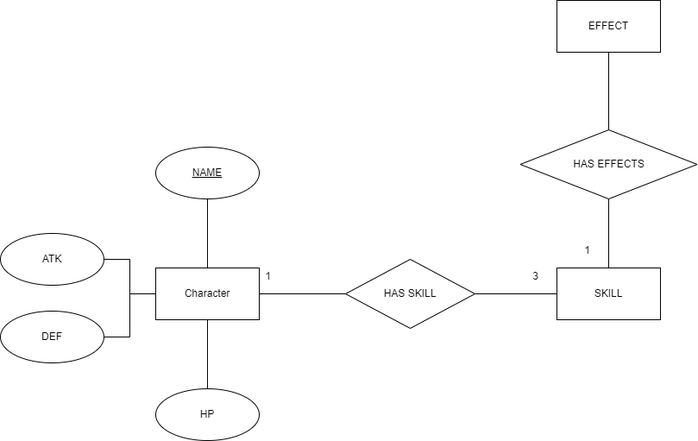
Above: database.drawio.png in Anqi-Wang-aug/My-Genshin-char-analysis (draw.io), before the change. Source tidied: cells renumbered, new cells last; positions are measured from the earlier drawing's top-left corner, leaving out a move shared by most shapes.
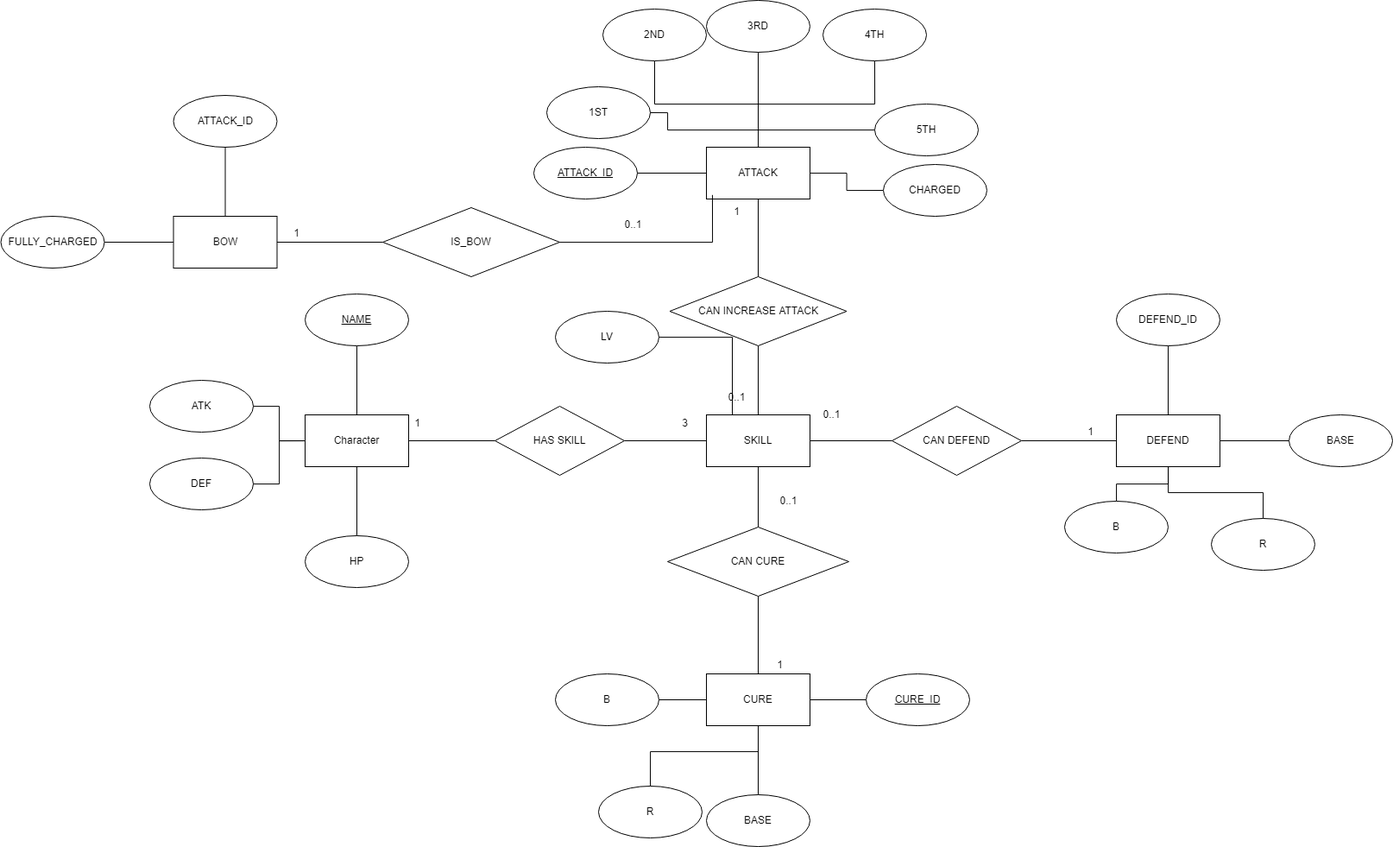
The same file after the commit.

What changed in the source:
```diff
@@ -44,6 +44,12 @@
     <mxCell id="15" style="edgeStyle=orthogonalEdgeStyle;rounded=0;jettySize=auto;html=1;endArrow=none;endFill=0;" parent="1" edge="1" source="16" target="19">
       <mxGeometry relative="1" as="geometry" />
     </mxCell>
+    <mxCell id="22" style="edgeStyle=orthogonalEdgeStyle;rounded=0;jettySize=auto;html=1;endArrow=none;endFill=0;" parent="1" edge="1" source="16" target="33">
+      <mxGeometry relative="1" as="geometry" />
+    </mxCell>
+    <mxCell id="23" style="edgeStyle=orthogonalEdgeStyle;rounded=0;jettySize=auto;html=1;endArrow=none;endFill=0;" parent="1" edge="1" source="16" target="40">
+      <mxGeometry relative="1" as="geometry" />
+    </mxCell>
     <mxCell id="16" value="SKILL" style="whiteSpace=wrap;html=1;rounded=0;" parent="1" vertex="1">
       <mxGeometry x="645" y="310" width="120" height="60" as="geometry" />
     </mxCell>
@@ -53,14 +59,187 @@
     <mxCell id="18" style="edgeStyle=orthogonalEdgeStyle;rounded=0;jettySize=auto;html=1;endArrow=none;endFill=0;" parent="1" edge="1" source="19" target="21">
       <mxGeometry relative="1" as="geometry" />
     </mxCell>
-    <mxCell id="19" value="HAS EFFECTS" style="rhombus;whiteSpace=wrap;html=1;rounded=0;" parent="1" vertex="1">
+    <mxCell id="19" value="CAN INCREASE ATTACK" style="rhombus;whiteSpace=wrap;html=1;rounded=0;" parent="1" vertex="1">
       <mxGeometry x="602.5" y="150" width="205" height="80" as="geometry" />
     </mxCell>
-    <mxCell id="20" value="1&lt;br&gt;" style="text;html=1;align=center;verticalAlign=middle;strokeColor=none;fillColor=none;" parent="1" vertex="1">
-      <mxGeometry x="665" y="275" width="30" height="30" as="geometry" />
+    <mxCell id="20" value="0..1" style="text;html=1;align=center;verticalAlign=middle;strokeColor=none;fillColor=none;" parent="1" vertex="1">
+      <mxGeometry x="660" y="275" width="40" height="30" as="geometry" />
     </mxCell>
+    <mxCell id="24" style="edgeStyle=orthogonalEdgeStyle;rounded=0;jettySize=auto;html=1;endArrow=none;endFill=0;" parent="1" edge="1" source="21" target="48">
+      <mxGeometry relative="1" as="geometry" />
+    </mxCell>
+    <mxCell id="25" style="edgeStyle=orthogonalEdgeStyle;rounded=0;jettySize=auto;html=1;endArrow=none;endFill=0;entryX=1;entryY=0.5;entryDx=0;entryDy=0;" parent="1" edge="1" source="21" target="49">
+      <mxGeometry relative="1" as="geometry">
+        <Array as="points">
+          <mxPoint x="705" y="-20" />
+          <mxPoint x="600" y="-20" />
+        </Array>
+      </mxGeometry>
+    </mxCell>
+    <mxCell id="26" style="edgeStyle=orthogonalEdgeStyle;rounded=0;jettySize=auto;html=1;endArrow=none;endFill=0;" parent="1" edge="1" source="21" target="50">
+      <mxGeometry relative="1" as="geometry" />
+    </mxCell>
+    <mxCell id="27" style="edgeStyle=orthogonalEdgeStyle;rounded=0;jettySize=auto;html=1;endArrow=none;endFill=0;" parent="1" edge="1" source="21" target="53">
+      <mxGeometry relative="1" as="geometry" />
+    </mxCell>
+    <mxCell id="28" style="edgeStyle=orthogonalEdgeStyle;rounded=0;jettySize=auto;html=1;endArrow=none;endFill=0;exitX=0.5;exitY=0;exitDx=0;exitDy=0;" parent="1" edge="1" source="21" target="54">
+      <mxGeometry relative="1" as="geometry" />
+    </mxCell>
+    <mxCell id="29" style="edgeStyle=orthogonalEdgeStyle;rounded=0;jettySize=auto;html=1;endArrow=none;endFill=0;" parent="1" edge="1" source="21" target="55">
+      <mxGeometry relative="1" as="geometry">
+        <Array as="points">
+          <mxPoint x="705" y="-20" />
+        </Array>
+      </mxGeometry>
+    </mxCell>
+    <mxCell id="30" style="edgeStyle=orthogonalEdgeStyle;rounded=0;jettySize=auto;html=1;endArrow=none;endFill=0;entryX=0;entryY=0.5;entryDx=0;entryDy=0;" parent="1" edge="1" source="21" target="56">
+      <mxGeometry relative="1" as="geometry" />
+    </mxCell>
-    <mxCell id="21" value="EFFECT" style="whiteSpace=wrap;html=1;rounded=0;" parent="1" vertex="1">
+    <mxCell id="21" value="ATTACK" style="whiteSpace=wrap;html=1;rounded=0;" parent="1" vertex="1">
       <mxGeometry x="645" width="120" height="60" as="geometry" />
     </mxCell>
+    <mxCell id="31" value="1" style="text;html=1;align=center;verticalAlign=middle;strokeColor=none;fillColor=none;" parent="1" vertex="1">
+      <mxGeometry x="665" y="60" width="30" height="30" as="geometry" />
+    </mxCell>
+    <mxCell id="32" style="edgeStyle=orthogonalEdgeStyle;rounded=0;jettySize=auto;html=1;endArrow=none;endFill=0;" parent="1" edge="1" source="33" target="37">
+      <mxGeometry relative="1" as="geometry" />
+    </mxCell>
+    <mxCell id="33" value="CAN DEFEND" style="rhombus;whiteSpace=wrap;html=1;rounded=0;" parent="1" vertex="1">
+      <mxGeometry x="860" y="300" width="150" height="80" as="geometry" />
+    </mxCell>
+    <mxCell id="34" style="edgeStyle=orthogonalEdgeStyle;rounded=0;jettySize=auto;html=1;endArrow=none;endFill=0;" parent="1" edge="1" source="37" target="57">
+      <mxGeometry relative="1" as="geometry" />
+    </mxCell>
+    <mxCell id="35" style="edgeStyle=orthogonalEdgeStyle;rounded=0;jettySize=auto;html=1;endArrow=none;endFill=0;" parent="1" edge="1" source="37" target="58">
+      <mxGeometry relative="1" as="geometry" />
+    </mxCell>
+    <mxCell id="36" style="edgeStyle=orthogonalEdgeStyle;rounded=0;jettySize=auto;html=1;endArrow=none;endFill=0;" parent="1" edge="1" source="37" target="59">
+      <mxGeometry relative="1" as="geometry" />
+    </mxCell>
+    <mxCell id="37" value="DEFEND" style="whiteSpace=wrap;html=1;rounded=0;" parent="1" vertex="1">
+      <mxGeometry x="1120" y="310" width="120" height="60" as="geometry" />
+    </mxCell>
+    <mxCell id="38" value="0..1" style="text;html=1;align=center;verticalAlign=middle;strokeColor=none;fillColor=none;" parent="1" vertex="1">
+      <mxGeometry x="770" y="295" width="40" height="30" as="geometry" />
+    </mxCell>
+    <mxCell id="39" style="edgeStyle=orthogonalEdgeStyle;rounded=0;jettySize=auto;html=1;endArrow=none;endFill=0;" parent="1" edge="1" source="40" target="44">
+      <mxGeometry relative="1" as="geometry" />
+    </mxCell>
+    <mxCell id="40" value="CAN CURE" style="rhombus;whiteSpace=wrap;html=1;rounded=0;" parent="1" vertex="1">
+      <mxGeometry x="600" y="440" width="210" height="80" as="geometry" />
+    </mxCell>
+    <mxCell id="41" style="edgeStyle=orthogonalEdgeStyle;rounded=0;jettySize=auto;html=1;endArrow=none;endFill=0;" parent="1" edge="1" source="44" target="62">
+      <mxGeometry relative="1" as="geometry" />
+    </mxCell>
+    <mxCell id="42" style="edgeStyle=orthogonalEdgeStyle;rounded=0;jettySize=auto;html=1;endArrow=none;endFill=0;" parent="1" edge="1" source="44" target="63">
+      <mxGeometry relative="1" as="geometry" />
+    </mxCell>
+    <mxCell id="43" style="edgeStyle=orthogonalEdgeStyle;rounded=0;jettySize=auto;html=1;endArrow=none;endFill=0;" parent="1" edge="1" source="44" target="64">
+      <mxGeometry relative="1" as="geometry">
+        <Array as="points">
+          <mxPoint x="705" y="700" />
+          <mxPoint x="580" y="700" />
+        </Array>
+      </mxGeometry>
+    </mxCell>
+    <mxCell id="44" value="CURE" style="whiteSpace=wrap;html=1;rounded=0;" parent="1" vertex="1">
+      <mxGeometry x="645" y="610" width="120" height="60" as="geometry" />
+    </mxCell>
+    <mxCell id="45" value="0..1" style="text;html=1;align=center;verticalAlign=middle;strokeColor=none;fillColor=none;" parent="1" vertex="1">
+      <mxGeometry x="720" y="395" width="40" height="30" as="geometry" />
+    </mxCell>
+    <mxCell id="46" value="1" style="text;html=1;align=center;verticalAlign=middle;strokeColor=none;fillColor=none;" parent="1" vertex="1">
+      <mxGeometry x="1075" y="315" width="30" height="30" as="geometry" />
+    </mxCell>
+    <mxCell id="47" value="1" style="text;html=1;align=center;verticalAlign=middle;strokeColor=none;fillColor=none;" parent="1" vertex="1">
+      <mxGeometry x="715" y="585" width="30" height="30" as="geometry" />
+    </mxCell>
+    <mxCell id="48" value="&lt;u&gt;ATTACK_ID&lt;/u&gt;" style="ellipse;whiteSpace=wrap;html=1;rounded=0;" parent="1" vertex="1">
+      <mxGeometry x="445" width="120" height="60" as="geometry" />
+    </mxCell>
+    <mxCell id="49" value="1ST" style="ellipse;whiteSpace=wrap;html=1;rounded=0;" parent="1" vertex="1">
+      <mxGeometry x="460" y="-70" width="120" height="60" as="geometry" />
+    </mxCell>
+    <mxCell id="50" value="2ND" style="ellipse;whiteSpace=wrap;html=1;rounded=0;" parent="1" vertex="1">
+      <mxGeometry x="525" y="-160" width="120" height="60" as="geometry" />
+    </mxCell>
+    <mxCell id="51" style="edgeStyle=orthogonalEdgeStyle;rounded=0;jettySize=auto;html=1;endArrow=none;endFill=0;entryX=0.25;entryY=0;entryDx=0;entryDy=0;" parent="1" edge="1" source="52" target="16">
+      <mxGeometry relative="1" as="geometry" />
+    </mxCell>
+    <mxCell id="52" value="LV" style="ellipse;whiteSpace=wrap;html=1;rounded=0;" parent="1" vertex="1">
+      <mxGeometry x="470" y="190" width="120" height="60" as="geometry" />
+    </mxCell>
+    <mxCell id="53" value="3RD" style="ellipse;whiteSpace=wrap;html=1;rounded=0;" parent="1" vertex="1">
+      <mxGeometry x="645" y="-170" width="120" height="60" as="geometry" />
+    </mxCell>
+    <mxCell id="54" value="4TH" style="ellipse;whiteSpace=wrap;html=1;rounded=0;" parent="1" vertex="1">
+      <mxGeometry x="780" y="-160" width="120" height="60" as="geometry" />
+    </mxCell>
+    <mxCell id="55" value="5TH" style="ellipse;whiteSpace=wrap;html=1;rounded=0;" parent="1" vertex="1">
+      <mxGeometry x="840" y="-50" width="120" height="60" as="geometry" />
+    </mxCell>
+    <mxCell id="56" value="CHARGED" style="ellipse;whiteSpace=wrap;html=1;rounded=0;" parent="1" vertex="1">
+      <mxGeometry x="850" y="20" width="120" height="60" as="geometry" />
+    </mxCell>
+    <mxCell id="57" value="DEFEND_ID" style="ellipse;whiteSpace=wrap;html=1;rounded=0;" parent="1" vertex="1">
+      <mxGeometry x="1120" y="170" width="120" height="60" as="geometry" />
+    </mxCell>
+    <mxCell id="58" value="BASE" style="ellipse;whiteSpace=wrap;html=1;rounded=0;" parent="1" vertex="1">
+      <mxGeometry x="1320" y="310" width="120" height="60" as="geometry" />
+    </mxCell>
+    <mxCell id="59" value="R" style="ellipse;whiteSpace=wrap;html=1;rounded=0;" parent="1" vertex="1">
+      <mxGeometry x="1230" y="430" width="120" height="60" as="geometry" />
+    </mxCell>
+    <mxCell id="60" style="edgeStyle=orthogonalEdgeStyle;rounded=0;jettySize=auto;html=1;endArrow=none;endFill=0;entryX=0.5;entryY=1;entryDx=0;entryDy=0;" parent="1" edge="1" source="61" target="37">
+      <mxGeometry relative="1" as="geometry" />
+    </mxCell>
+    <mxCell id="61" value="B" style="ellipse;whiteSpace=wrap;html=1;rounded=0;" parent="1" vertex="1">
+      <mxGeometry x="1060" y="410" width="120" height="60" as="geometry" />
+    </mxCell>
+    <mxCell id="62" value="&lt;u&gt;CURE_ID&lt;/u&gt;" style="ellipse;whiteSpace=wrap;html=1;rounded=0;" parent="1" vertex="1">
+      <mxGeometry x="830" y="610" width="120" height="60" as="geometry" />
+    </mxCell>
+    <mxCell id="63" value="BASE" style="ellipse;whiteSpace=wrap;html=1;rounded=0;" parent="1" vertex="1">
+      <mxGeometry x="645" y="750" width="120" height="60" as="geometry" />
+    </mxCell>
+    <mxCell id="64" value="R" style="ellipse;whiteSpace=wrap;html=1;rounded=0;" parent="1" vertex="1">
+      <mxGeometry x="520" y="740" width="120" height="60" as="geometry" />
+    </mxCell>
+    <mxCell id="65" style="edgeStyle=orthogonalEdgeStyle;rounded=0;jettySize=auto;html=1;endArrow=none;endFill=0;" parent="1" edge="1" source="66" target="44">
+      <mxGeometry relative="1" as="geometry" />
+    </mxCell>
+    <mxCell id="66" value="B" style="ellipse;whiteSpace=wrap;html=1;rounded=0;" parent="1" vertex="1">
+      <mxGeometry x="470" y="610" width="120" height="60" as="geometry" />
+    </mxCell>
+    <mxCell id="67" style="edgeStyle=orthogonalEdgeStyle;rounded=0;jettySize=auto;html=1;endArrow=none;endFill=0;entryX=0.058;entryY=0.922;entryDx=0;entryDy=0;entryPerimeter=0;" parent="1" edge="1" source="69" target="21">
+      <mxGeometry relative="1" as="geometry" />
+    </mxCell>
+    <mxCell id="68" style="edgeStyle=orthogonalEdgeStyle;rounded=0;jettySize=auto;html=1;endArrow=none;endFill=0;" parent="1" edge="1" source="69" target="72">
+      <mxGeometry relative="1" as="geometry" />
+    </mxCell>
+    <mxCell id="69" value="IS_BOW" style="rhombus;whiteSpace=wrap;html=1;rounded=0;" parent="1" vertex="1">
+      <mxGeometry x="270" y="70" width="205" height="80" as="geometry" />
+    </mxCell>
+    <mxCell id="70" style="edgeStyle=orthogonalEdgeStyle;rounded=0;jettySize=auto;html=1;endArrow=none;endFill=0;" parent="1" edge="1" source="72" target="73">
+      <mxGeometry relative="1" as="geometry" />
+    </mxCell>
+    <mxCell id="71" style="edgeStyle=orthogonalEdgeStyle;rounded=0;jettySize=auto;html=1;endArrow=none;endFill=0;" parent="1" edge="1" source="72" target="74">
+      <mxGeometry relative="1" as="geometry" />
+    </mxCell>
+    <mxCell id="72" value="BOW" style="whiteSpace=wrap;html=1;rounded=0;" parent="1" vertex="1">
+      <mxGeometry x="27.5" y="80" width="120" height="60" as="geometry" />
+    </mxCell>
+    <mxCell id="73" value="ATTACK_ID" style="ellipse;whiteSpace=wrap;html=1;rounded=0;" parent="1" vertex="1">
+      <mxGeometry x="27.5" y="-60" width="120" height="60" as="geometry" />
+    </mxCell>
+    <mxCell id="74" value="FULLY_CHARGED" style="ellipse;whiteSpace=wrap;html=1;rounded=0;" parent="1" vertex="1">
+      <mxGeometry x="-172.5" y="80" width="120" height="60" as="geometry" />
+    </mxCell>
+    <mxCell id="75" value="0..1" style="text;html=1;align=center;verticalAlign=middle;strokeColor=none;fillColor=none;" parent="1" vertex="1">
+      <mxGeometry x="540" y="75" width="40" height="30" as="geometry" />
+    </mxCell>
+    <mxCell id="76" value="1" style="text;html=1;align=center;verticalAlign=middle;strokeColor=none;fillColor=none;" parent="1" vertex="1">
+      <mxGeometry x="155" y="85" width="30" height="30" as="geometry" />
+    </mxCell>
   </root>
 </mxGraphModel>
```
